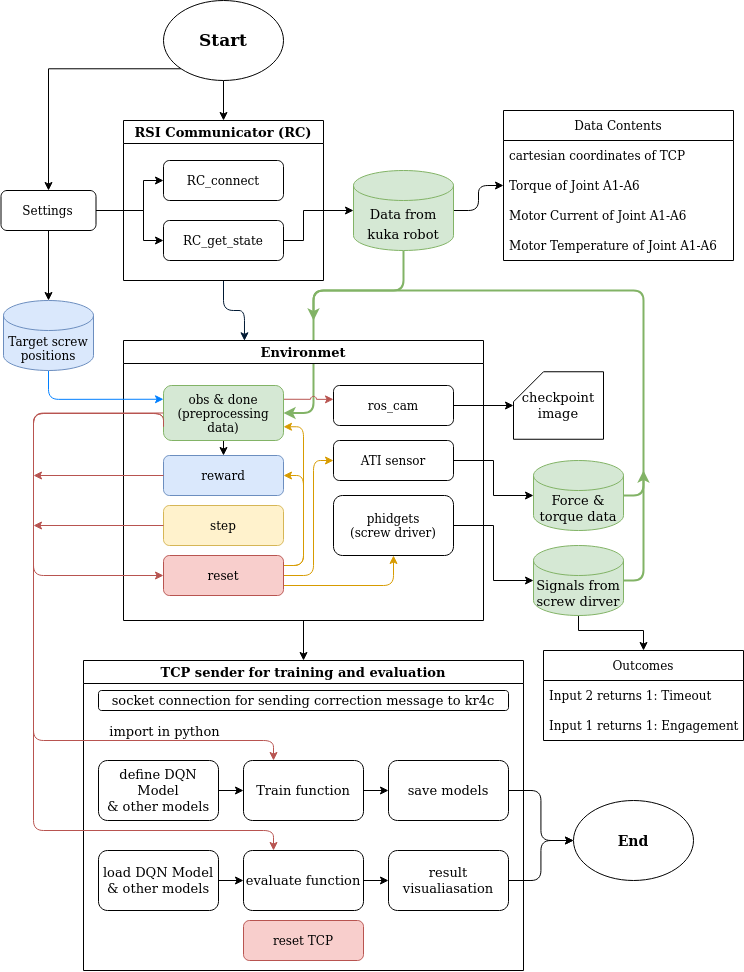
This is New_Worflow.png from TONiiV/flowcharts, a draw.io export, as it was before one commit. Source tidied: cells renumbered, new cells last; positions are measured from the earlier drawing's top-left corner, leaving out a move shared by most shapes.
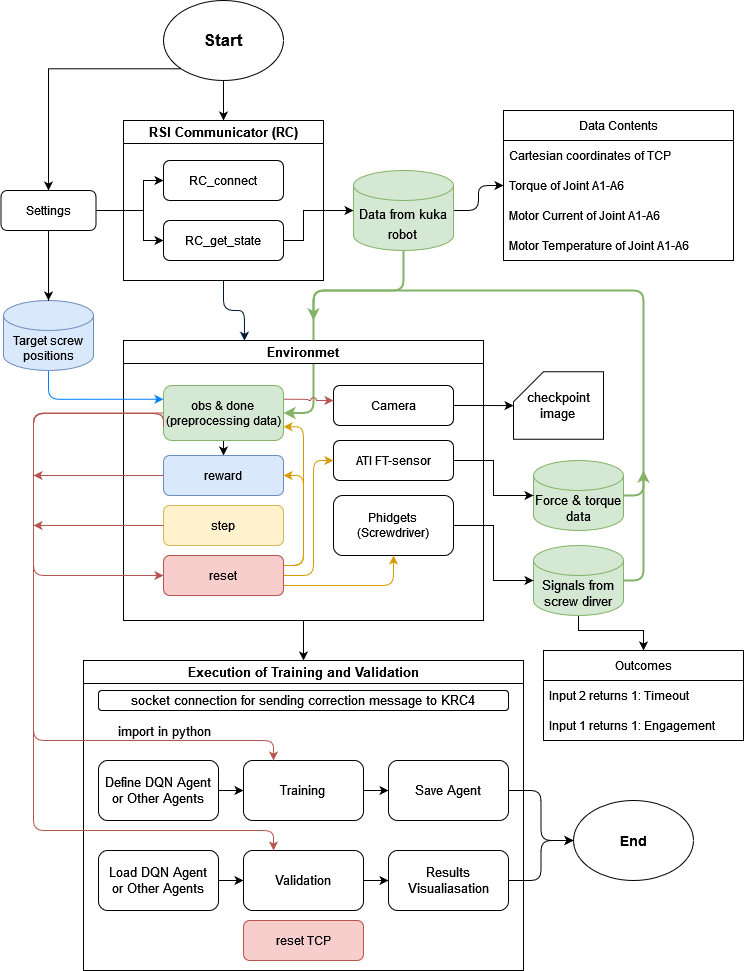
The same diagram one commit later.

What changed in the source:
```diff
@@ -46,13 +46,13 @@
     <mxCell id="12" value="Environmet" style="swimlane;fontSize=13;" parent="1" vertex="1">
       <mxGeometry x="122" y="340" width="360" height="280" as="geometry" />
     </mxCell>
-    <mxCell id="13" value="ros_cam" style="rounded=1;whiteSpace=wrap;html=1;fontSize=12;glass=0;strokeWidth=1;shadow=0;" parent="12" vertex="1">
+    <mxCell id="13" value="Camera" style="rounded=1;whiteSpace=wrap;html=1;fontSize=12;glass=0;strokeWidth=1;shadow=0;" parent="12" vertex="1">
       <mxGeometry x="210" y="45" width="120" height="40" as="geometry" />
     </mxCell>
-    <mxCell id="14" value="ATI sensor" style="rounded=1;whiteSpace=wrap;html=1;fontSize=12;glass=0;strokeWidth=1;shadow=0;" parent="12" vertex="1">
+    <mxCell id="14" value="ATI FT-sensor" style="rounded=1;whiteSpace=wrap;html=1;fontSize=12;glass=0;strokeWidth=1;shadow=0;" parent="12" vertex="1">
       <mxGeometry x="210" y="100" width="120" height="40" as="geometry" />
     </mxCell>
-    <mxCell id="15" value="&lt;div&gt;phidgets &lt;br&gt;&lt;/div&gt;&lt;div&gt;(screw driver)&lt;/div&gt;" style="rounded=1;whiteSpace=wrap;html=1;fontSize=12;glass=0;strokeWidth=1;shadow=0;" parent="12" vertex="1">
+    <mxCell id="15" value="&lt;div&gt;Phidgets &lt;br&gt;&lt;/div&gt;&lt;div&gt;(Screwdriver)&lt;/div&gt;" style="rounded=1;whiteSpace=wrap;html=1;fontSize=12;glass=0;strokeWidth=1;shadow=0;" parent="12" vertex="1">
       <mxGeometry x="210" y="155" width="120" height="60" as="geometry" />
     </mxCell>
     <mxCell id="16" style="edgeStyle=orthogonalEdgeStyle;rounded=0;jettySize=auto;html=1;exitX=0.5;exitY=1;exitDx=0;exitDy=0;entryX=0.5;entryY=0;entryDx=0;entryDy=0;fontSize=13;strokeWidth=1;" parent="12" edge="1" source="19" target="20">
@@ -133,40 +133,40 @@
     <mxCell id="33" style="edgeStyle=orthogonalEdgeStyle;rounded=0;jettySize=auto;html=1;fontSize=13;" parent="1" edge="1" source="13" target="32">
       <mxGeometry relative="1" as="geometry" />
     </mxCell>
-    <mxCell id="34" value="TCP sender for training and evaluation" style="swimlane;fontSize=13;" parent="1" vertex="1">
+    <mxCell id="34" value="Execution of Training and Validation" style="swimlane;fontSize=13;" parent="1" vertex="1">
       <mxGeometry x="82" y="660" width="440" height="310" as="geometry" />
     </mxCell>
     <mxCell id="35" style="edgeStyle=orthogonalEdgeStyle;rounded=0;jettySize=auto;html=1;exitX=1;exitY=0.5;exitDx=0;exitDy=0;entryX=0;entryY=0.5;entryDx=0;entryDy=0;fontSize=13;strokeWidth=1;" parent="34" edge="1" source="36" target="38">
       <mxGeometry relative="1" as="geometry" />
     </mxCell>
-    <mxCell id="36" value="&lt;div&gt;define DQN Model&lt;/div&gt;&lt;div&gt;&amp;amp; other models&lt;br&gt;&lt;/div&gt;" style="rounded=1;whiteSpace=wrap;html=1;fontSize=13;" parent="34" vertex="1">
+    <mxCell id="36" value="&lt;div&gt;Define DQN Agent&lt;/div&gt;&lt;div&gt;or Other Agents&lt;br&gt;&lt;/div&gt;" style="rounded=1;whiteSpace=wrap;html=1;fontSize=13;" parent="34" vertex="1">
       <mxGeometry x="15" y="100" width="120" height="60" as="geometry" />
     </mxCell>
     <mxCell id="37" style="edgeStyle=orthogonalEdgeStyle;rounded=1;jettySize=auto;html=1;exitX=1;exitY=0.5;exitDx=0;exitDy=0;entryX=0;entryY=0.5;entryDx=0;entryDy=0;fontSize=13;strokeWidth=1;" parent="34" edge="1" source="38" target="40">
       <mxGeometry relative="1" as="geometry" />
     </mxCell>
-    <mxCell id="38" value="&lt;div&gt;Train function&lt;br&gt;&lt;/div&gt;" style="rounded=1;whiteSpace=wrap;html=1;fontSize=13;" parent="34" vertex="1">
+    <mxCell id="38" value="&lt;div&gt;Training&lt;br&gt;&lt;/div&gt;" style="rounded=1;whiteSpace=wrap;html=1;fontSize=13;" parent="34" vertex="1">
       <mxGeometry x="160" y="100" width="120" height="60" as="geometry" />
     </mxCell>
-    <mxCell id="39" value="socket connection for sending correction message to kr4c" style="rounded=1;whiteSpace=wrap;html=1;fontSize=13;" parent="34" vertex="1">
+    <mxCell id="39" value="socket connection for sending correction message to KRC4" style="rounded=1;whiteSpace=wrap;html=1;fontSize=13;" parent="34" vertex="1">
       <mxGeometry x="15" y="30" width="410" height="20" as="geometry" />
     </mxCell>
-    <mxCell id="40" value="save models" style="rounded=1;whiteSpace=wrap;html=1;fontSize=13;" parent="34" vertex="1">
+    <mxCell id="40" value="Save Agent" style="rounded=1;whiteSpace=wrap;html=1;fontSize=13;" parent="34" vertex="1">
       <mxGeometry x="305" y="100" width="120" height="60" as="geometry" />
     </mxCell>
     <mxCell id="41" style="edgeStyle=orthogonalEdgeStyle;rounded=1;jettySize=auto;html=1;exitX=1;exitY=0.5;exitDx=0;exitDy=0;entryX=0;entryY=0.5;entryDx=0;entryDy=0;fontSize=13;strokeWidth=1;" parent="34" edge="1" source="42" target="44">
       <mxGeometry relative="1" as="geometry" />
     </mxCell>
-    <mxCell id="42" value="&lt;div&gt;load DQN Model&lt;/div&gt;&lt;div&gt;&amp;amp; other models&lt;br&gt;&lt;/div&gt;" style="rounded=1;whiteSpace=wrap;html=1;fontSize=13;" parent="34" vertex="1">
+    <mxCell id="42" value="&lt;div&gt;Load DQN Agent&lt;/div&gt;&lt;div&gt;or Other Agents&lt;br&gt;&lt;/div&gt;" style="rounded=1;whiteSpace=wrap;html=1;fontSize=13;" parent="34" vertex="1">
       <mxGeometry x="15" y="190" width="120" height="60" as="geometry" />
     </mxCell>
     <mxCell id="43" style="edgeStyle=orthogonalEdgeStyle;rounded=1;jettySize=auto;html=1;exitX=1;exitY=0.5;exitDx=0;exitDy=0;entryX=0;entryY=0.5;entryDx=0;entryDy=0;fontSize=13;strokeWidth=1;" parent="34" edge="1" source="44" target="45">
       <mxGeometry relative="1" as="geometry" />
     </mxCell>
-    <mxCell id="44" value="evaluate function" style="rounded=1;whiteSpace=wrap;html=1;fontSize=13;" parent="34" vertex="1">
+    <mxCell id="44" value="Validation" style="rounded=1;whiteSpace=wrap;html=1;fontSize=13;" parent="34" vertex="1">
       <mxGeometry x="160" y="190" width="120" height="60" as="geometry" />
     </mxCell>
-    <mxCell id="45" value="result visualiasation" style="rounded=1;whiteSpace=wrap;html=1;fontSize=13;" parent="34" vertex="1">
+    <mxCell id="45" value="Results Visualiasation" style="rounded=1;whiteSpace=wrap;html=1;fontSize=13;" parent="34" vertex="1">
       <mxGeometry x="305" y="190" width="120" height="60" as="geometry" />
     </mxCell>
     <mxCell id="46" value="reset TCP" style="rounded=1;whiteSpace=wrap;html=1;fontSize=12;glass=0;strokeWidth=1;shadow=0;fillColor=#f8cecc;strokeColor=#b85450;" parent="34" vertex="1">
@@ -218,7 +218,7 @@
     <mxCell id="55" value="Data Contents" style="swimlane;fontStyle=0;horizontal=1;startSize=30;fontSize=12;" parent="1" vertex="1">
       <mxGeometry x="502" y="110" width="230" height="150" as="geometry" />
     </mxCell>
-    <mxCell id="56" value="cartesian coordinates of TCP" style="text;strokeColor=none;fillColor=none;align=left;verticalAlign=middle;spacingLeft=4;spacingRight=4;overflow=hidden;fontSize=12;" parent="55" vertex="1">
+    <mxCell id="56" value="Cartesian coordinates of TCP" style="text;strokeColor=none;fillColor=none;align=left;verticalAlign=middle;spacingLeft=4;spacingRight=4;overflow=hidden;fontSize=12;" parent="55" vertex="1">
       <mxGeometry y="30" width="230" height="30" as="geometry" />
     </mxCell>
     <mxCell id="57" value="Torque of Joint A1-A6" style="text;strokeColor=none;fillColor=none;align=left;verticalAlign=middle;spacingLeft=4;spacingRight=4;overflow=hidden;fontSize=12;" parent="55" vertex="1">
```
